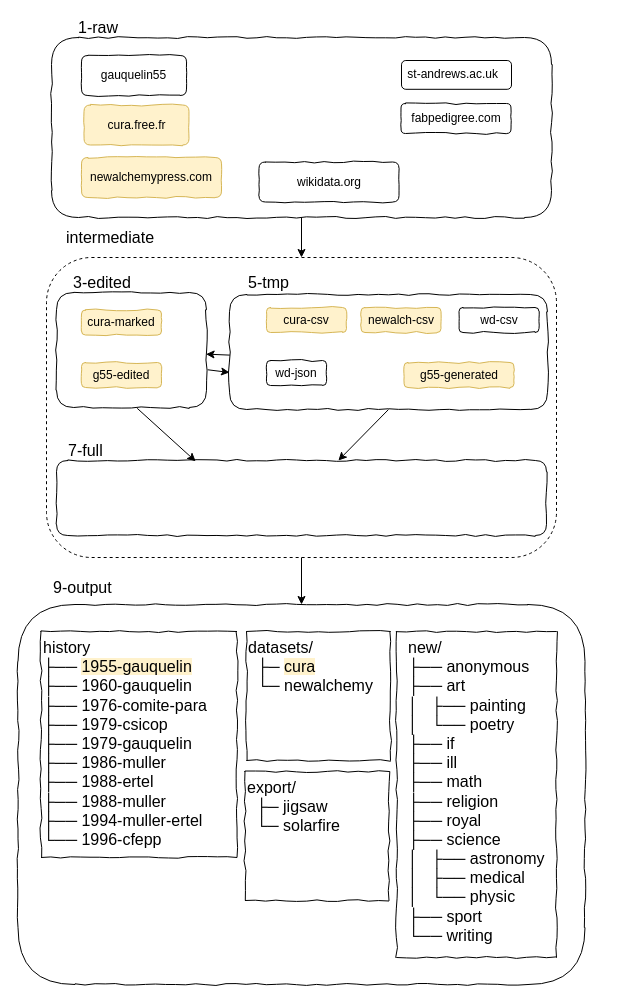
Earlier version of the draw.io diagram docs/img/g5-flow.drawio (tig12/g5). Source tidied: cells renumbered, new cells numbered last; positions are measured from the earlier drawing's top-left corner, leaving out a move shared by most shapes. Both pictures are drawn from the tidied source at 100%, with x=0, y=0 at pixel (18, 17).
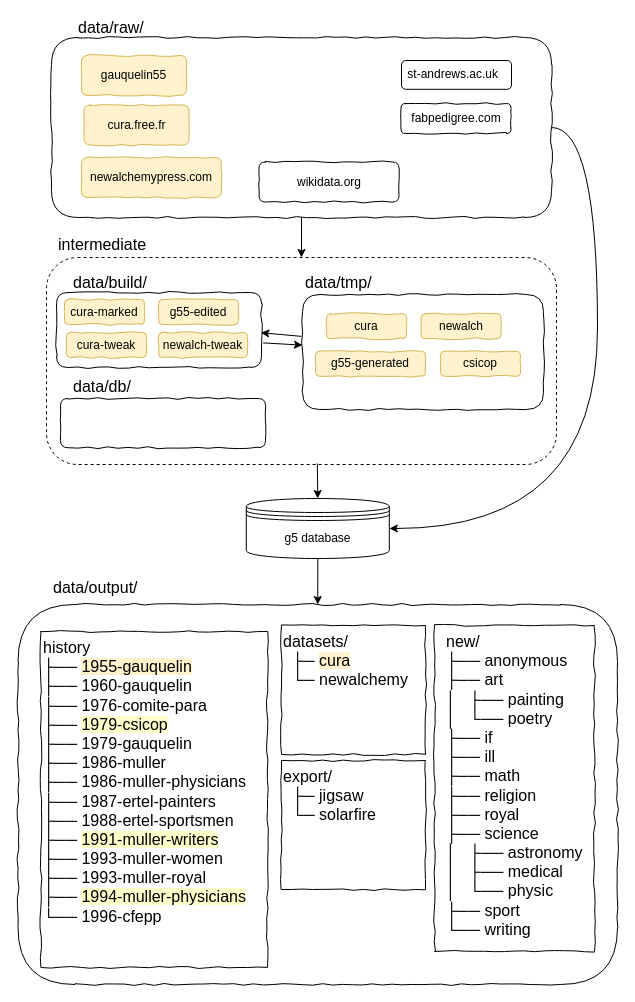
The same page after the edit.

Unchanged cells that the change refers to:
```xml
<mxCell id="4" style="rounded=1;whiteSpace=wrap;html=1;comic=1;" parent="1" vertex="1">
  <mxGeometry x="33" y="20" width="500" height="180" as="geometry" />
</mxCell>
<mxCell id="9" style="group;" parent="1" vertex="1">
  <mxGeometry x="382.5" y="86" width="110" height="30" as="geometry" />
</mxCell>
<mxCell id="10" value="&lt;span&gt;fabpedigree.com&lt;/span&gt;&lt;br&gt;" style="rounded=1;whiteSpace=wrap;html=1;comic=1;" parent="9" vertex="1">
  <mxGeometry width="110" height="30" as="geometry" />
</mxCell>
```

The edit, as a diff of the source:
```diff
@@
     <mxCell id="2" style="rounded=1;whiteSpace=wrap;html=1;dashed=1;" parent="1" vertex="1">
-      <mxGeometry x="28" y="240" width="510" height="300" as="geometry" />
+      <mxGeometry x="28" y="240" width="510" height="207" as="geometry" />
     </mxCell>
     <mxCell id="3" style="rounded=1;whiteSpace=wrap;html=1;shadow=0;comic=1;glass=0;" parent="1" vertex="1">
-      <mxGeometry x="38" y="275" width="150" height="115" as="geometry" />
+      <mxGeometry x="38" y="275" width="205" height="75" as="geometry" />
     </mxCell>
@@
-    <mxCell id="11" style="edgeStyle=orthogonalEdgeStyle;rounded=0;orthogonalLoop=1;jettySize=auto;html=1;exitX=0.5;exitY=1;exitDx=0;exitDy=0;fontSize=16;" parent="9" edge="1" source="10" target="10">
-      <mxGeometry relative="1" as="geometry">
-        <Array as="points">
-          <mxPoint x="77" y="30" />
-        </Array>
-      </mxGeometry>
-    </mxCell>
-    <mxCell id="12" value="1-raw" style="text;html=1;strokeColor=none;fillColor=none;align=left;verticalAlign=middle;whiteSpace=wrap;rounded=0;labelBackgroundColor=none;fontSize=16;" parent="1" vertex="1">
+    <mxCell id="12" value="data/raw/" style="text;html=1;strokeColor=none;fillColor=none;align=left;verticalAlign=middle;whiteSpace=wrap;rounded=0;labelBackgroundColor=none;fontSize=16;" parent="1" vertex="1">
       <mxGeometry x="58" width="50" height="20" as="geometry" />
     </mxCell>
     <mxCell id="13" style="rounded=1;whiteSpace=wrap;html=1;comic=1;" parent="1" vertex="1">
-      <mxGeometry x="211" y="277" width="318" height="115" as="geometry" />
+      <mxGeometry x="284" y="277" width="241" height="115" as="geometry" />
     </mxCell>
@@
     <mxCell id="15" value="cura-marked&lt;br&gt;" style="rounded=1;whiteSpace=wrap;html=1;arcSize=16;comic=1;fillColor=#fff2cc;strokeColor=#d6b656;" parent="1" vertex="1">
-      <mxGeometry x="63" y="292.5" width="80" height="25" as="geometry" />
+      <mxGeometry x="46" y="282" width="80" height="25" as="geometry" />
     </mxCell>
-    <mxCell id="16" value="3-edited" style="text;html=1;strokeColor=none;fillColor=none;align=left;verticalAlign=middle;whiteSpace=wrap;rounded=0;labelBackgroundColor=none;fontSize=16;" parent="1" vertex="1">
+    <mxCell id="16" value="data/build/" style="text;html=1;strokeColor=none;fillColor=none;align=left;verticalAlign=middle;whiteSpace=wrap;rounded=0;labelBackgroundColor=none;fontSize=16;" parent="1" vertex="1">
       <mxGeometry x="53" y="255" width="100" height="20" as="geometry" />
     </mxCell>
-    <mxCell id="17" value="5-tmp" style="text;html=1;strokeColor=none;fillColor=none;align=left;verticalAlign=middle;whiteSpace=wrap;rounded=0;labelBackgroundColor=none;fontSize=16;" parent="1" vertex="1">
-      <mxGeometry x="228" y="255" width="100" height="20" as="geometry" />
+    <mxCell id="17" value="data/tmp/" style="text;html=1;strokeColor=none;fillColor=none;align=left;verticalAlign=middle;whiteSpace=wrap;rounded=0;labelBackgroundColor=none;fontSize=16;" parent="1" vertex="1">
+      <mxGeometry x="285" y="255" width="100" height="20" as="geometry" />
     </mxCell>
     <mxCell id="18" value="g55-edited&lt;br&gt;" style="rounded=1;whiteSpace=wrap;html=1;arcSize=16;comic=1;fillColor=#fff2cc;strokeColor=#d6b656;" parent="1" vertex="1">
-      <mxGeometry x="63" y="345" width="80" height="25" as="geometry" />
+      <mxGeometry x="140" y="282" width="80" height="25" as="geometry" />
     </mxCell>
-    <mxCell id="19" value="cura-csv&lt;br&gt;" style="rounded=1;whiteSpace=wrap;html=1;arcSize=16;comic=1;fillColor=#fff2cc;strokeColor=#d6b656;" parent="1" vertex="1">
-      <mxGeometry x="248" y="290" width="80" height="25" as="geometry" />
+    <mxCell id="19" value="cura" style="rounded=1;whiteSpace=wrap;html=1;arcSize=16;comic=1;fillColor=#fff2cc;strokeColor=#d6b656;" parent="1" vertex="1">
+      <mxGeometry x="308" y="296.2" width="80" height="25" as="geometry" />
     </mxCell>
-    <mxCell id="20" value="wd-json&lt;br&gt;" style="rounded=1;whiteSpace=wrap;html=1;arcSize=16;comic=1;" parent="1" vertex="1">
-      <mxGeometry x="248" y="343" width="60" height="25" as="geometry" />
-    </mxCell>
-    <mxCell id="21" value="wd-csv&lt;br&gt;" style="rounded=1;whiteSpace=wrap;html=1;arcSize=16;comic=1;" parent="1" vertex="1">
-      <mxGeometry x="440.5" y="290" width="80" height="25" as="geometry" />
+    <mxCell id="21" value="csicop" style="rounded=1;whiteSpace=wrap;html=1;arcSize=16;comic=1;fillColor=#fff2cc;strokeColor=#d6b656;" parent="1" vertex="1">
+      <mxGeometry x="422" y="333.8" width="80" height="25" as="geometry" />
     </mxCell>
-    <mxCell id="22" value="newalch-csv&lt;br&gt;" style="rounded=1;whiteSpace=wrap;html=1;arcSize=16;comic=1;fillColor=#fff2cc;strokeColor=#d6b656;" parent="1" vertex="1">
-      <mxGeometry x="342.5" y="290" width="80" height="25" as="geometry" />
+    <mxCell id="22" value="newalch" style="rounded=1;whiteSpace=wrap;html=1;arcSize=16;comic=1;fillColor=#fff2cc;strokeColor=#d6b656;" parent="1" vertex="1">
+      <mxGeometry x="402.5" y="296.2" width="80" height="25" as="geometry" />
     </mxCell>
-    <mxCell id="23" style="rounded=1;whiteSpace=wrap;html=1;comic=1;" parent="1" vertex="1">
-      <mxGeometry x="38" y="443" width="490" height="75" as="geometry" />
-    </mxCell>
-    <mxCell id="24" value="7-full" style="text;html=1;strokeColor=none;fillColor=none;align=left;verticalAlign=middle;whiteSpace=wrap;rounded=0;labelBackgroundColor=none;fontSize=16;" parent="1" vertex="1">
-      <mxGeometry x="48" y="422.5" width="100" height="20" as="geometry" />
-    </mxCell>
     <mxCell id="25" style="rounded=1;whiteSpace=wrap;html=1;flipH=1;comic=1;" parent="1" vertex="1">
-      <mxGeometry x="-0.5" y="587" width="567" height="380" as="geometry" />
+      <mxGeometry x="-0.5" y="587" width="599.5" height="380" as="geometry" />
     </mxCell>
-    <mxCell id="26" value="9-output" style="text;html=1;strokeColor=none;fillColor=none;align=left;verticalAlign=middle;whiteSpace=wrap;rounded=0;labelBackgroundColor=none;fontSize=16;" parent="1" vertex="1">
+    <mxCell id="26" value="data/output/" style="text;html=1;strokeColor=none;fillColor=none;align=left;verticalAlign=middle;whiteSpace=wrap;rounded=0;labelBackgroundColor=none;fontSize=16;" parent="1" vertex="1">
       <mxGeometry x="33" y="560" width="75" height="20" as="geometry" />
     </mxCell>
@@
-    <mxCell id="28" value="history&lt;br&gt;&lt;div&gt;├── &lt;span style=&quot;background-color: rgb(255 , 242 , 204)&quot;&gt;1955-gauquelin&lt;/span&gt;&lt;/div&gt;&lt;div&gt;&lt;span&gt;├── 1960-gauquelin&lt;/span&gt;&lt;br&gt;&lt;/div&gt;&lt;div&gt;├── 1976-comite-para&lt;/div&gt;&lt;div&gt;├── 1979-csicop&lt;/div&gt;&lt;div&gt;├── 1979-gauquelin&lt;/div&gt;&lt;div&gt;├── 1986-muller&lt;/div&gt;&lt;div&gt;├── 1988-ertel&lt;/div&gt;&lt;div&gt;├── 1988-muller&lt;/div&gt;&lt;div&gt;├── 1994-muller-ertel&lt;/div&gt;&lt;div&gt;└── 1996-cfepp&lt;/div&gt;&lt;div&gt;&lt;br&gt;&lt;/div&gt;" style="text;html=1;align=left;verticalAlign=top;whiteSpace=wrap;rounded=0;labelBackgroundColor=none;fontSize=16;shadow=0;comic=1;strokeColor=#000000;" parent="1" vertex="1">
-      <mxGeometry x="22.5" y="614" width="196" height="226" as="geometry" />
+    <mxCell id="28" value="history&lt;br&gt;&lt;div&gt;├── &lt;span style=&quot;background-color: rgb(255 , 242 , 204)&quot;&gt;1955-gauquelin&lt;/span&gt;&lt;/div&gt;&lt;div&gt;&lt;span&gt;├── 1960-gauquelin&lt;/span&gt;&lt;br&gt;&lt;/div&gt;&lt;div&gt;├── 1976-comite-para&lt;/div&gt;&lt;div&gt;├── &lt;span style=&quot;background-color: rgb(255 , 255 , 204)&quot;&gt;1979-csicop&lt;/span&gt;&lt;/div&gt;&lt;div&gt;├── 1979-gauquelin&lt;/div&gt;&lt;div&gt;├── 1986-muller&lt;/div&gt;&lt;div&gt;├── 1986-muller-physicians&lt;br&gt;&lt;/div&gt;&lt;div&gt;├── 1987-ertel-painters&lt;/div&gt;&lt;div&gt;├── 1988-ertel-sportsmen&lt;/div&gt;&lt;div&gt;&lt;span&gt;├── &lt;/span&gt;&lt;span style=&quot;background-color: rgb(255 , 255 , 204)&quot;&gt;1991-muller-writers&lt;/span&gt;&lt;br&gt;&lt;/div&gt;&lt;div&gt;├── 1993-muller-women&lt;br&gt;&lt;/div&gt;&lt;div&gt;├── 1993-muller-royal&lt;br&gt;&lt;/div&gt;&lt;div&gt;&lt;span&gt;├── &lt;/span&gt;&lt;span style=&quot;background-color: rgb(255 , 255 , 204)&quot;&gt;1994-muller-physicians&lt;/span&gt;&lt;br&gt;&lt;/div&gt;&lt;div&gt;└── 1996-cfepp&lt;/div&gt;&lt;div&gt;&lt;br&gt;&lt;/div&gt;" style="text;html=1;align=left;verticalAlign=top;whiteSpace=wrap;rounded=0;labelBackgroundColor=none;fontSize=16;shadow=0;comic=1;strokeColor=#000000;" parent="1" vertex="1">
+      <mxGeometry x="22.5" y="614" width="226.5" height="336" as="geometry" />
     </mxCell>
     <mxCell id="29" value="&lt;div&gt;datasets/&lt;/div&gt;&lt;div&gt;&amp;nbsp; ├─ &lt;span style=&quot;background-color: rgb(255 , 242 , 204)&quot;&gt;cura&lt;/span&gt;&lt;/div&gt;&lt;div&gt;&lt;span&gt;&amp;nbsp; └&lt;/span&gt;&lt;span&gt;─ newalchemy&lt;/span&gt;&lt;br&gt;&lt;/div&gt;&lt;div&gt;&lt;br&gt;&lt;/div&gt;" style="text;html=1;strokeColor=#000000;fillColor=none;align=left;verticalAlign=top;whiteSpace=wrap;rounded=0;labelBackgroundColor=none;fontSize=16;comic=1;" parent="1" vertex="1">
-      <mxGeometry x="228" y="614" width="144" height="129" as="geometry" />
+      <mxGeometry x="263" y="608" width="144" height="129" as="geometry" />
     </mxCell>
     <mxCell id="30" value="&lt;div&gt;new/&lt;/div&gt;&lt;div&gt;├── anonymous&lt;/div&gt;&lt;div&gt;├── art&lt;/div&gt;&lt;div&gt;│&amp;nbsp; &amp;nbsp;├── painting&lt;/div&gt;&lt;div&gt;│&amp;nbsp; &amp;nbsp;└── poetry&lt;/div&gt;&lt;div&gt;├── if&lt;/div&gt;&lt;div&gt;├── ill&lt;/div&gt;&lt;div&gt;├── math&lt;/div&gt;&lt;div&gt;├── religion&lt;/div&gt;&lt;div&gt;├── royal&lt;/div&gt;&lt;div&gt;├── science&lt;/div&gt;&lt;div&gt;│&amp;nbsp; &amp;nbsp;├── astronomy&lt;/div&gt;&lt;div&gt;│&amp;nbsp; &amp;nbsp;├── medical&lt;/div&gt;&lt;div&gt;│&amp;nbsp; &amp;nbsp;└── physic&lt;/div&gt;&lt;div&gt;├── sport&lt;/div&gt;&lt;div&gt;└── writing&lt;/div&gt;" style="text;html=1;strokeColor=#000000;fillColor=none;align=left;verticalAlign=top;whiteSpace=wrap;rounded=0;labelBackgroundColor=none;fontSize=16;comic=1;spacingLeft=10;" parent="1" vertex="1">
-      <mxGeometry x="378" y="614" width="160" height="326" as="geometry" />
+      <mxGeometry x="416" y="608" width="160" height="326" as="geometry" />
     </mxCell>
@@
-    <mxCell id="33" value="gauquelin55&lt;br&gt;" style="rounded=1;whiteSpace=wrap;html=1;arcSize=16;comic=1;" parent="1" vertex="1">
+    <mxCell id="33" value="gauquelin55&lt;br&gt;" style="rounded=1;whiteSpace=wrap;html=1;arcSize=16;comic=1;fillColor=#fff2cc;strokeColor=#d6b656;" parent="1" vertex="1">
       <mxGeometry x="63" y="38" width="105" height="40" as="geometry" />
     </mxCell>
     <mxCell id="34" value="g55-generated&lt;br&gt;" style="rounded=1;whiteSpace=wrap;html=1;arcSize=16;comic=1;fillColor=#fff2cc;strokeColor=#d6b656;" parent="1" vertex="1">
-      <mxGeometry x="385.5" y="345" width="110" height="25" as="geometry" />
+      <mxGeometry x="297" y="333.8" width="110" height="25" as="geometry" />
     </mxCell>
@@
-    <mxCell id="36" style="endArrow=classic;html=1;entryX=0.997;entryY=0.536;entryDx=0;entryDy=0;exitX=0.001;exitY=0.527;exitDx=0;exitDy=0;exitPerimeter=0;entryPerimeter=0;" parent="1" edge="1" source="13" target="3">
+    <mxCell id="36" style="endArrow=classic;html=1;entryX=0.997;entryY=0.536;entryDx=0;entryDy=0;exitX=-0.005;exitY=0.364;exitDx=0;exitDy=0;exitPerimeter=0;entryPerimeter=0;" parent="1" edge="1" source="13" target="3">
       <mxGeometry relative="1" as="geometry" />
     </mxCell>
-    <mxCell id="37" style="endArrow=classic;html=1;exitX=0.538;exitY=1.007;exitDx=0;exitDy=0;entryX=0.284;entryY=0.011;entryDx=0;entryDy=0;entryPerimeter=0;exitPerimeter=0;" parent="1" edge="1" source="3" target="23">
-      <mxGeometry relative="1" as="geometry" />
-    </mxCell>
-    <mxCell id="38" style="endArrow=classic;html=1;exitX=0.5;exitY=1;exitDx=0;exitDy=0;" parent="1" edge="1" source="13" target="23">
+    <mxCell id="38" style="endArrow=classic;html=1;exitX=0.531;exitY=0.995;exitDx=0;exitDy=0;entryX=0.5;entryY=0;entryDx=0;entryDy=0;exitPerimeter=0;" parent="1" edge="1" source="2" target="43">
       <mxGeometry relative="1" as="geometry" />
     </mxCell>
-    <mxCell id="39" style="endArrow=classic;html=1;exitX=0.5;exitY=1;exitDx=0;exitDy=0;entryX=0.5;entryY=0;entryDx=0;entryDy=0;" parent="1" edge="1" source="2" target="25">
+    <mxCell id="39" style="endArrow=classic;html=1;entryX=0.5;entryY=0;entryDx=0;entryDy=0;exitX=0.5;exitY=1;exitDx=0;exitDy=0;" parent="1" edge="1" source="43" target="25">
       <mxGeometry relative="1" as="geometry" />
     </mxCell>
-    <mxCell id="40" style="endArrow=classic;html=1;entryX=0;entryY=0.678;entryDx=0;entryDy=0;exitX=1.008;exitY=0.672;exitDx=0;exitDy=0;exitPerimeter=0;entryPerimeter=0;" parent="1" edge="1" source="3" target="13">
+    <mxCell id="40" style="endArrow=classic;html=1;exitX=1.008;exitY=0.672;exitDx=0;exitDy=0;exitPerimeter=0;" parent="1" edge="1" source="3" target="13">
       <mxGeometry relative="1" as="geometry" />
     </mxCell>
     <mxCell id="41" value="intermediate" style="text;html=1;strokeColor=none;fillColor=none;align=left;verticalAlign=middle;whiteSpace=wrap;rounded=0;labelBackgroundColor=none;fontSize=16;" parent="1" vertex="1">
-      <mxGeometry x="45.5" y="210" width="75" height="20" as="geometry" />
+      <mxGeometry x="38" y="217" width="75" height="20" as="geometry" />
     </mxCell>
     <mxCell id="42" value="&lt;div&gt;export/&lt;/div&gt;&lt;div&gt;&amp;nbsp; ├─ &lt;span style=&quot;background-color: rgb(255 , 255 , 255)&quot;&gt;jigsaw&lt;/span&gt;&lt;/div&gt;&lt;div&gt;&lt;span&gt;&amp;nbsp; └&lt;/span&gt;&lt;span&gt;─ solarfire&lt;/span&gt;&lt;br&gt;&lt;/div&gt;&lt;div&gt;&lt;br&gt;&lt;/div&gt;" style="text;html=1;strokeColor=#000000;fillColor=none;align=left;verticalAlign=top;whiteSpace=wrap;rounded=0;labelBackgroundColor=none;fontSize=16;comic=1;" parent="1" vertex="1">
-      <mxGeometry x="226.5" y="754" width="144" height="129" as="geometry" />
+      <mxGeometry x="263" y="743" width="144" height="129" as="geometry" />
     </mxCell>
+    <mxCell id="43" value="g5 database" style="shape=datastore;whiteSpace=wrap;html=1;" parent="1" vertex="1">
+      <mxGeometry x="227.8" y="481" width="143" height="60" as="geometry" />
+    </mxCell>
+    <mxCell id="44" style="endArrow=classic;html=1;exitX=1;exitY=0.5;exitDx=0;exitDy=0;entryX=1;entryY=0.5;entryDx=0;entryDy=0;edgeStyle=orthogonalEdgeStyle;curved=1;" parent="1" edge="1" source="4" target="43">
+      <mxGeometry relative="1" as="geometry">
+        <Array as="points">
+          <mxPoint x="579" y="110" />
+          <mxPoint x="579" y="511" />
+        </Array>
+      </mxGeometry>
+    </mxCell>
+    <mxCell id="45" value="cura-tweak" style="rounded=1;whiteSpace=wrap;html=1;arcSize=16;comic=1;fillColor=#fff2cc;strokeColor=#d6b656;" parent="1" vertex="1">
+      <mxGeometry x="48" y="315" width="80" height="25" as="geometry" />
+    </mxCell>
+    <mxCell id="46" value="newalch-tweak" style="rounded=1;whiteSpace=wrap;html=1;arcSize=16;comic=1;fillColor=#fff2cc;strokeColor=#d6b656;" parent="1" vertex="1">
+      <mxGeometry x="140" y="315" width="89" height="25" as="geometry" />
+    </mxCell>
+    <mxCell id="47" style="rounded=1;whiteSpace=wrap;html=1;shadow=0;comic=1;glass=0;" parent="1" vertex="1">
+      <mxGeometry x="42" y="381" width="205" height="49.2" as="geometry" />
+    </mxCell>
+    <mxCell id="48" value="data/db/" style="text;html=1;strokeColor=none;fillColor=none;align=left;verticalAlign=middle;whiteSpace=wrap;rounded=0;labelBackgroundColor=none;fontSize=16;" parent="1" vertex="1">
+      <mxGeometry x="53" y="358.8" width="100" height="20" as="geometry" />
+    </mxCell>
```
